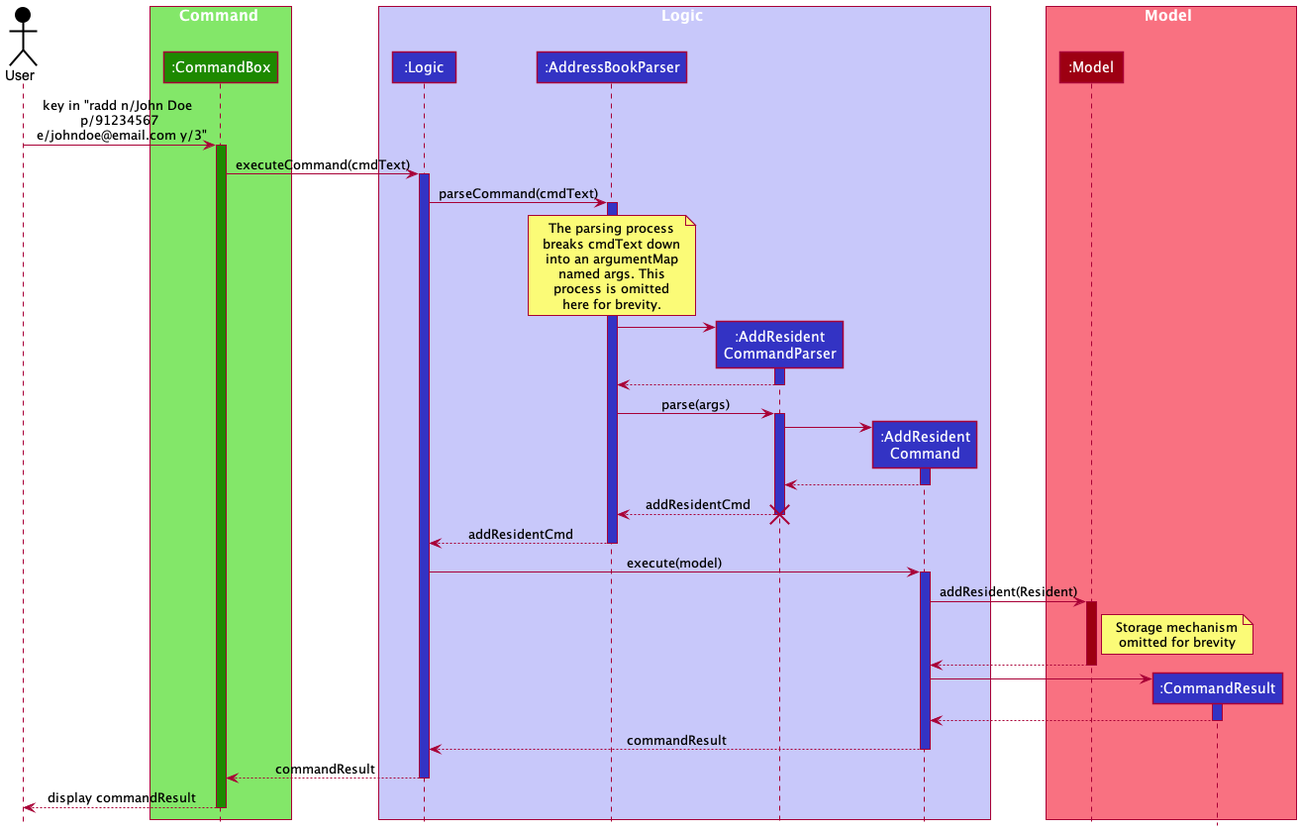
Above: docs/images/resident/AddResidentCommandSeqDiagram.png in nus-cs2103-AY2021S2/tp (PlantUML), before the change.
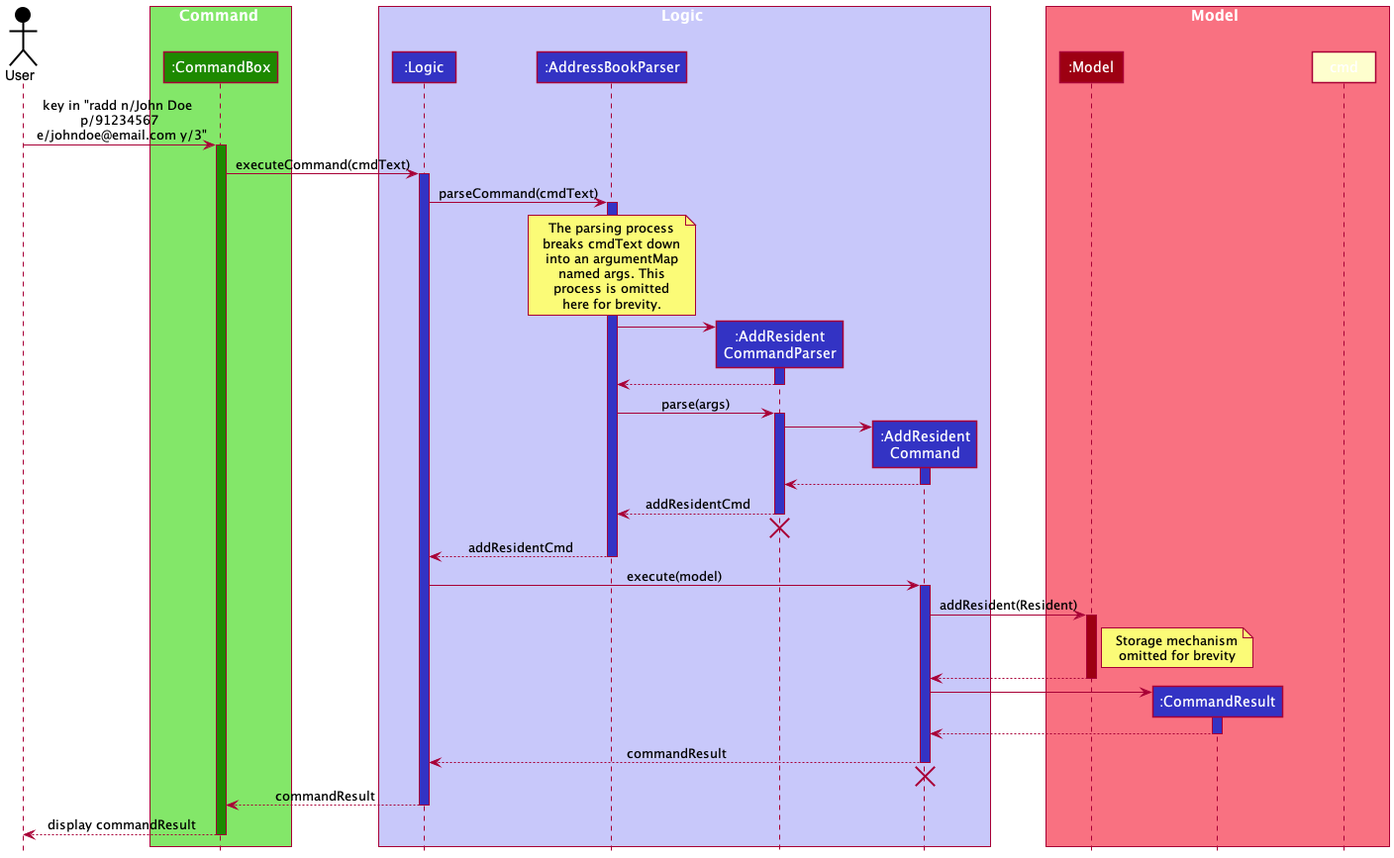
After the commit.

Commit message:
Docs: Change sequence diagram

What changed in the source:
```diff
@@ -45,6 +45,7 @@
 return
 
 return addResidentCmd
+<-[hidden]-cmd
 destroy arcParser
 return addResidentCmd
 
@@ -63,6 +64,8 @@
 return
 
 return commandResult
+<-[hidden]-cmd
+destroy addResidentCmd
 return commandResult
 
 ui --> user: display commandResult
```
